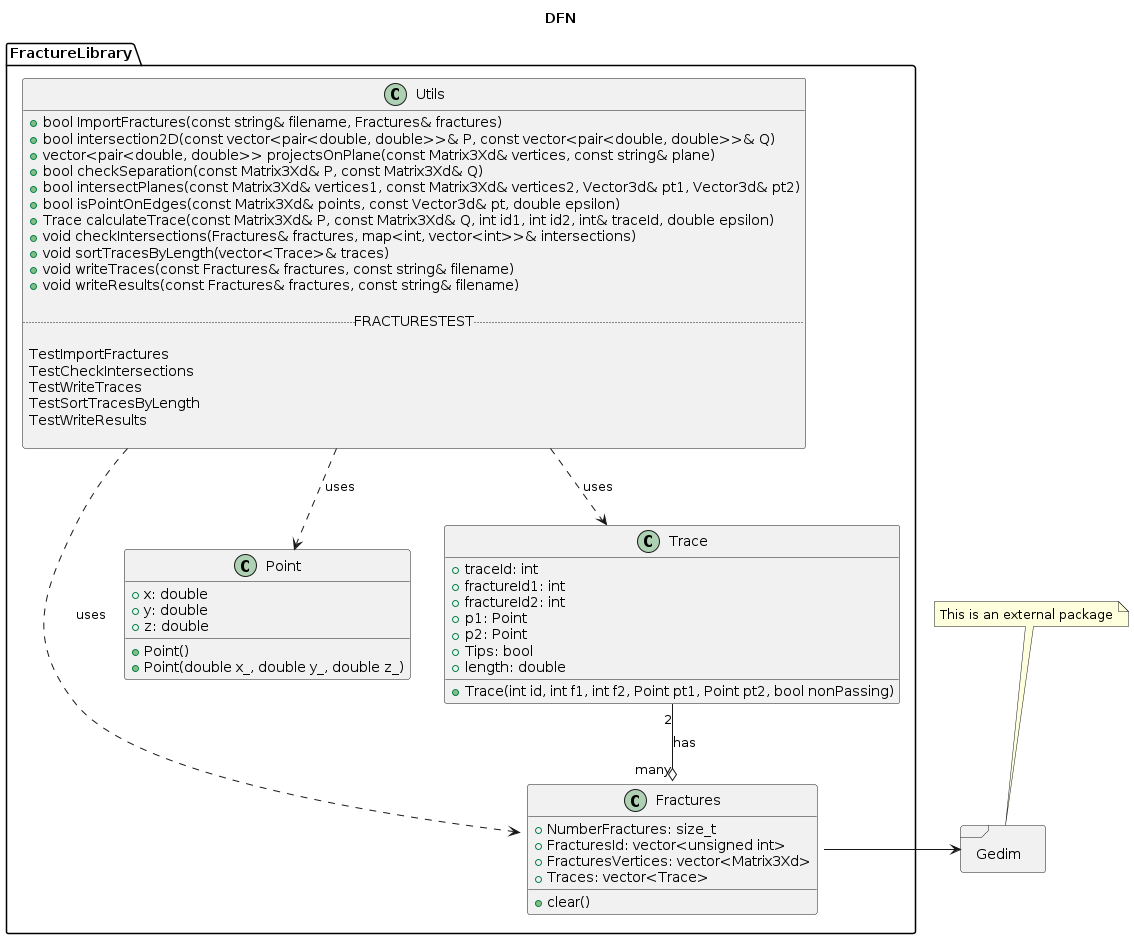
Before: Project/Documentazione/UML.png, a diagram exported from PlantUML (GiuseppeFresu/DFN_Project).
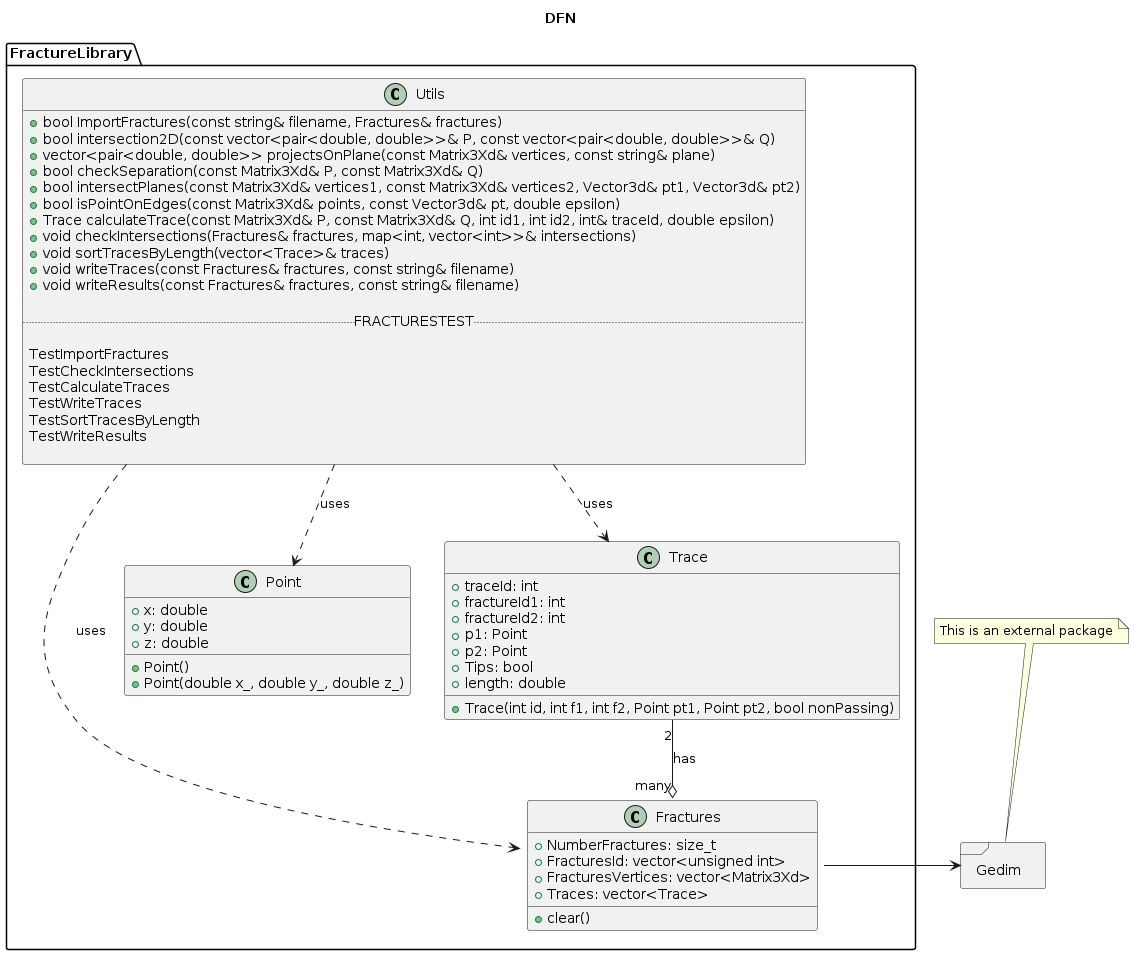
Later version of the same file.

Commit message:
Aggiornamenti finali

Diff of the diagram source:
```diff
@@ -49,6 +49,7 @@
 
 TestImportFractures
 TestCheckIntersections
+TestCalculateTraces
 TestWriteTraces
 TestSortTracesByLength
 TestWriteResults
```
